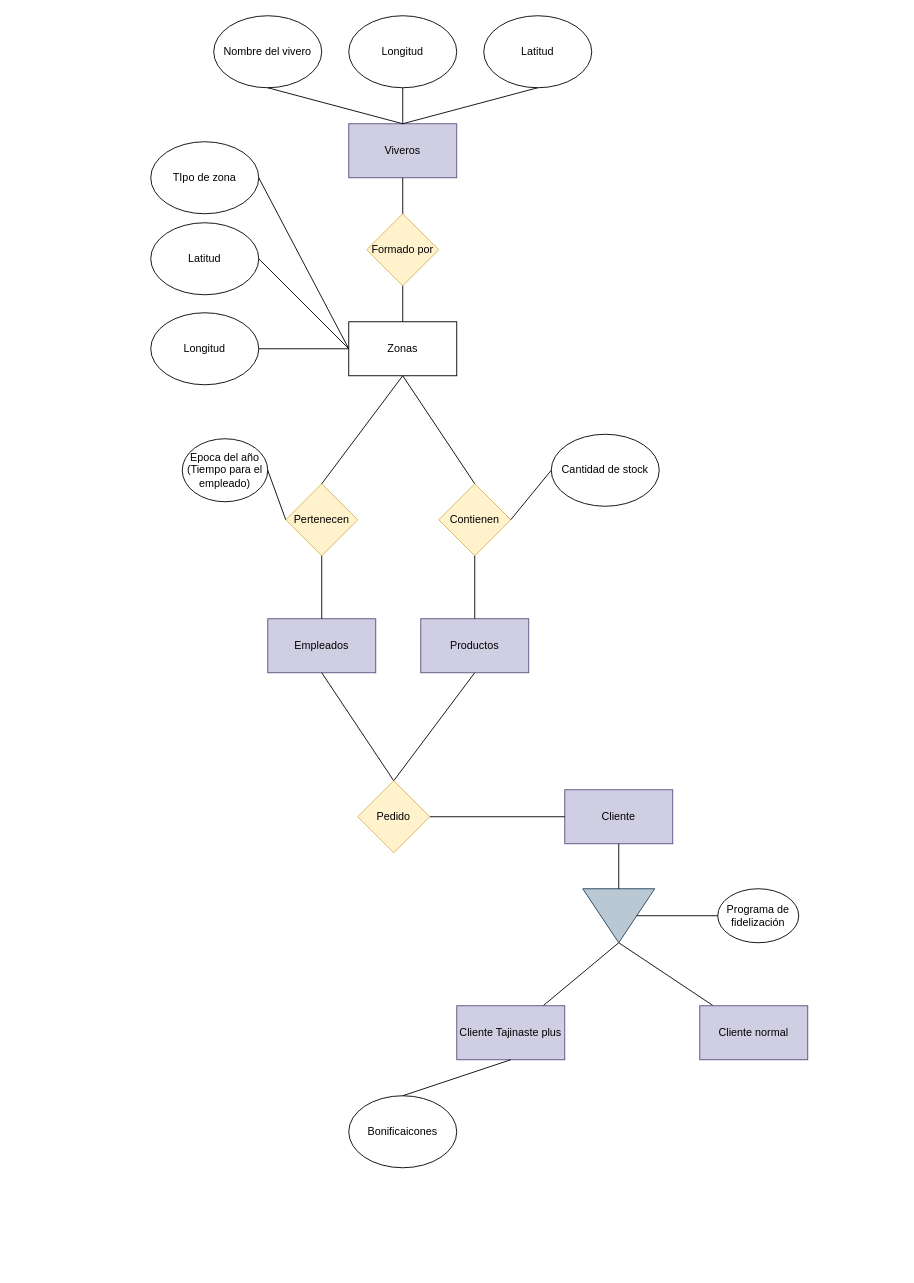
alu0101101507/ADBD keeps this draw.io diagram as Modelo entidad relacion/viveros.drawio. Above is the earlier version. Source tidied: cells renumbered, new cells numbered last; positions are measured from the earlier drawing's top-left corner, leaving out a move shared by most shapes. Both pictures are drawn from the tidied source at 90%, with x=0, y=0 at pixel (150, 15).
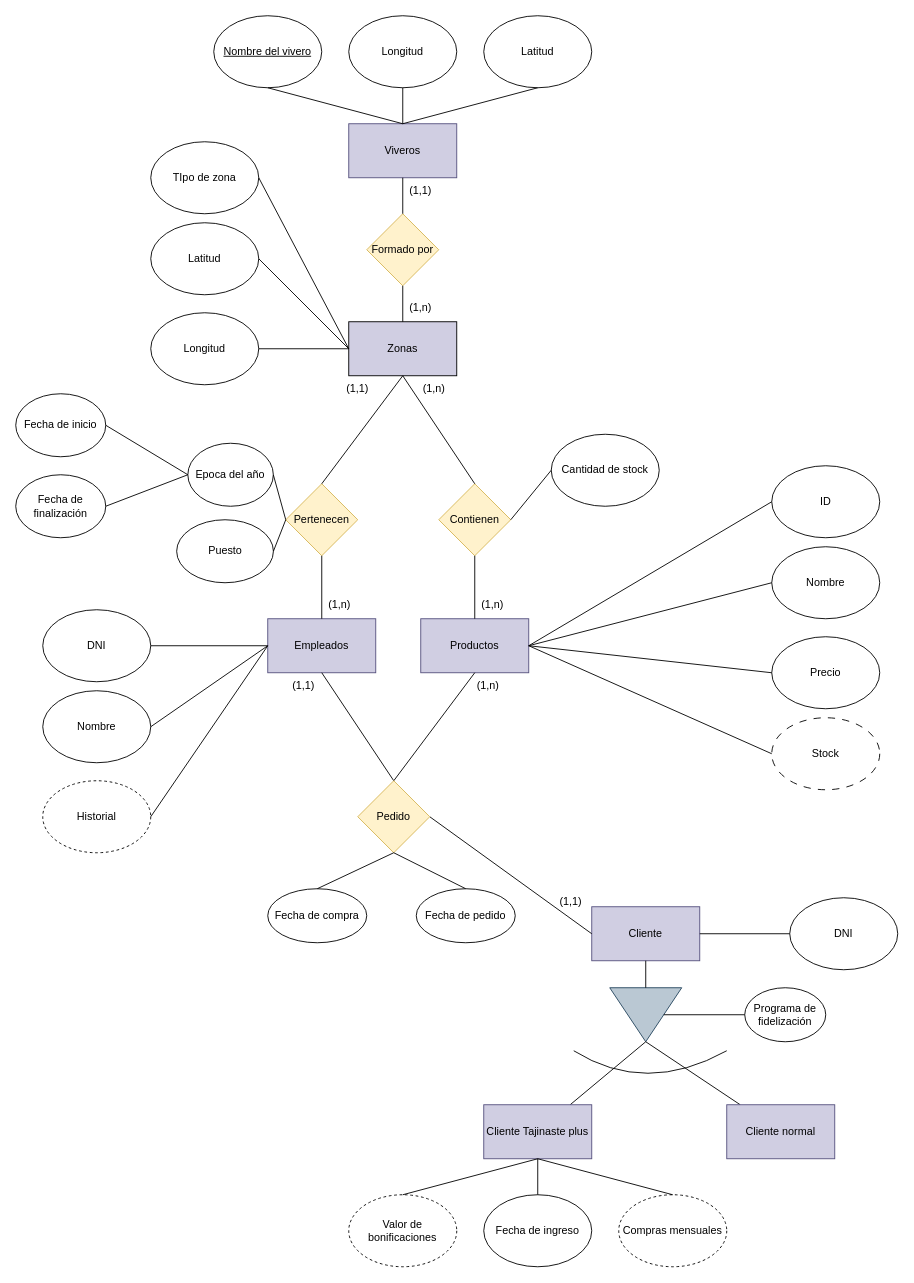
Above is the later version.

Unchanged cells that the change refers to:
```xml
<mxCell id="5" value="Empleados" style="rounded=0;whiteSpace=wrap;html=1;fillColor=#d0cee2;strokeColor=#56517e;" parent="1" vertex="1">
  <mxGeometry x="130" y="670" width="120" height="60" as="geometry" />
</mxCell>
<mxCell id="6" value="&lt;div&gt;Pertenecen&lt;/div&gt;" style="rhombus;whiteSpace=wrap;html=1;fillColor=#fff2cc;strokeColor=#d6b656;" parent="1" vertex="1">
  <mxGeometry x="150" y="520" width="80" height="80" as="geometry" />
</mxCell>
<mxCell id="14" value="&lt;div&gt;Productos&lt;/div&gt;" style="rounded=0;whiteSpace=wrap;html=1;fillColor=#d0cee2;strokeColor=#56517e;" parent="1" vertex="1">
  <mxGeometry x="300" y="670" width="120" height="60" as="geometry" />
</mxCell>
<mxCell id="45" value="Pedido" style="rhombus;whiteSpace=wrap;html=1;fillColor=#fff2cc;strokeColor=#d6b656;" parent="1" vertex="1">
  <mxGeometry x="230" y="850" width="80" height="80" as="geometry" />
</mxCell>
```

The edit, as a diff of the source:
```diff
@@
-    <mxCell id="2" value="&lt;div&gt;Zonas&lt;/div&gt;" style="rounded=0;whiteSpace=wrap;html=1;" parent="1" vertex="1">
+    <mxCell id="2" value="&lt;div&gt;Zonas&lt;/div&gt;" style="rounded=0;whiteSpace=wrap;html=1;fillColor=#D0CEE2;" parent="1" vertex="1">
       <mxGeometry x="220" y="340" width="120" height="60" as="geometry" />
     </mxCell>
@@
     <mxCell id="19" value="&lt;div&gt;Cliente&lt;/div&gt;" style="rounded=0;whiteSpace=wrap;html=1;fillColor=#d0cee2;strokeColor=#56517e;" parent="1" vertex="1">
-      <mxGeometry x="460" y="860" width="120" height="60" as="geometry" />
+      <mxGeometry x="490" y="990" width="120" height="60" as="geometry" />
     </mxCell>
     <mxCell id="20" style="triangle;whiteSpace=wrap;html=1;direction=south;fillColor=#bac8d3;strokeColor=#23445d;" parent="1" vertex="1">
-      <mxGeometry x="480" y="970" width="80" height="60" as="geometry" />
+      <mxGeometry x="510" y="1080" width="80" height="60" as="geometry" />
     </mxCell>
@@
     <mxCell id="24" value="Cliente normal" style="rounded=0;whiteSpace=wrap;html=1;fillColor=#d0cee2;strokeColor=#56517e;" parent="1" vertex="1">
-      <mxGeometry x="610" y="1100" width="120" height="60" as="geometry" />
+      <mxGeometry x="640" y="1210" width="120" height="60" as="geometry" />
     </mxCell>
     <mxCell id="25" value="Cliente Tajinaste plus" style="rounded=0;whiteSpace=wrap;html=1;fillColor=#d0cee2;strokeColor=#56517e;" parent="1" vertex="1">
-      <mxGeometry x="340" y="1100" width="120" height="60" as="geometry" />
+      <mxGeometry x="370" y="1210" width="120" height="60" as="geometry" />
     </mxCell>
@@
-    <mxCell id="35" value="&lt;div&gt;Nombre del vivero&lt;/div&gt;" style="ellipse;whiteSpace=wrap;html=1;" parent="1" vertex="1">
+    <mxCell id="35" value="&lt;div&gt;&lt;u&gt;Nombre del vivero&lt;/u&gt;&lt;/div&gt;" style="ellipse;whiteSpace=wrap;html=1;" parent="1" vertex="1">
       <mxGeometry x="70" width="120" height="80" as="geometry" />
     </mxCell>
@@
     <mxCell id="37" value="Programa de fidelización " style="ellipse;whiteSpace=wrap;html=1;" parent="1" vertex="1">
-      <mxGeometry x="630" y="970" width="90" height="60" as="geometry" />
+      <mxGeometry x="660" y="1080" width="90" height="60" as="geometry" />
     </mxCell>
@@
-    <mxCell id="40" value="&lt;div&gt;Epoca del año&lt;br&gt;(Tiempo para el empleado)&lt;br&gt;&lt;/div&gt;" style="ellipse;whiteSpace=wrap;html=1;" parent="1" vertex="1">
-      <mxGeometry x="35" y="470" width="95" height="70" as="geometry" />
+    <mxCell id="40" value="Epoca del año" style="ellipse;whiteSpace=wrap;html=1;" parent="1" vertex="1">
+      <mxGeometry x="41.2" y="475" width="95" height="70" as="geometry" />
     </mxCell>
@@
-    <mxCell id="43" value="&lt;div&gt;Bonificaicones&lt;/div&gt;" style="ellipse;whiteSpace=wrap;html=1;" parent="1" vertex="1">
-      <mxGeometry x="220" y="1200" width="120" height="80" as="geometry" />
+    <mxCell id="43" value="Valor de bonificaciones" style="ellipse;whiteSpace=wrap;html=1;dashed=1;" parent="1" vertex="1">
+      <mxGeometry x="220" y="1310" width="120" height="80" as="geometry" />
     </mxCell>
@@
+    <mxCell id="46" value="(1,1)" style="text;html=1;align=center;verticalAlign=middle;whiteSpace=wrap;rounded=0;" parent="1" vertex="1">
+      <mxGeometry x="270" y="180" width="60" height="30" as="geometry" />
+    </mxCell>
+    <mxCell id="47" value="(1,n)" style="text;html=1;align=center;verticalAlign=middle;whiteSpace=wrap;rounded=0;" parent="1" vertex="1">
+      <mxGeometry x="270" y="310" width="60" height="30" as="geometry" />
+    </mxCell>
+    <mxCell id="48" value="Fecha de inicio" style="ellipse;whiteSpace=wrap;html=1;" parent="1" vertex="1">
+      <mxGeometry x="-150" y="420" width="100" height="70" as="geometry" />
+    </mxCell>
+    <mxCell id="49" value="Fecha de finalización" style="ellipse;whiteSpace=wrap;html=1;" parent="1" vertex="1">
+      <mxGeometry x="-150" y="510" width="100" height="70" as="geometry" />
+    </mxCell>
+    <mxCell id="50" style="endArrow=none;html=1;rounded=0;exitX=1;exitY=0.5;exitDx=0;exitDy=0;entryX=0;entryY=0.5;entryDx=0;entryDy=0;" parent="1" edge="1" source="48" target="40">
+      <mxGeometry relative="1" as="geometry" />
+    </mxCell>
+    <mxCell id="51" style="endArrow=none;html=1;rounded=0;exitX=1;exitY=0.5;exitDx=0;exitDy=0;entryX=0;entryY=0.5;entryDx=0;entryDy=0;" parent="1" edge="1" source="49" target="40">
+      <mxGeometry relative="1" as="geometry" />
+    </mxCell>
+    <mxCell id="52" value="Puesto" style="ellipse;whiteSpace=wrap;html=1;" parent="1" vertex="1">
+      <mxGeometry x="28.8" y="560" width="107.5" height="70" as="geometry" />
+    </mxCell>
+    <mxCell id="53" style="endArrow=none;html=1;rounded=0;exitX=1;exitY=0.5;exitDx=0;exitDy=0;entryX=0;entryY=0.5;entryDx=0;entryDy=0;" parent="1" edge="1" source="52" target="6">
+      <mxGeometry relative="1" as="geometry" />
+    </mxCell>
+    <mxCell id="54" value="ID" style="ellipse;whiteSpace=wrap;html=1;" parent="1" vertex="1">
+      <mxGeometry x="690" y="500" width="120" height="80" as="geometry" />
+    </mxCell>
+    <mxCell id="55" value="Nombre" style="ellipse;whiteSpace=wrap;html=1;" parent="1" vertex="1">
+      <mxGeometry x="690" y="590" width="120" height="80" as="geometry" />
+    </mxCell>
+    <mxCell id="56" value="Precio" style="ellipse;whiteSpace=wrap;html=1;" parent="1" vertex="1">
+      <mxGeometry x="690" y="690" width="120" height="80" as="geometry" />
+    </mxCell>
+    <mxCell id="57" value="Stock" style="ellipse;whiteSpace=wrap;html=1;dashed=1;dashPattern=8 8;" parent="1" vertex="1">
+      <mxGeometry x="690" y="780" width="120" height="80" as="geometry" />
+    </mxCell>
+    <mxCell id="58" style="endArrow=none;html=1;rounded=0;exitX=0;exitY=0.5;exitDx=0;exitDy=0;entryX=1;entryY=0.5;entryDx=0;entryDy=0;" parent="1" edge="1" source="54" target="14">
+      <mxGeometry relative="1" as="geometry" />
+    </mxCell>
+    <mxCell id="59" style="endArrow=none;html=1;rounded=0;exitX=0;exitY=0.5;exitDx=0;exitDy=0;entryX=1;entryY=0.5;entryDx=0;entryDy=0;" parent="1" edge="1" source="55" target="14">
+      <mxGeometry relative="1" as="geometry" />
+    </mxCell>
+    <mxCell id="60" style="endArrow=none;html=1;rounded=0;exitX=1;exitY=0.5;exitDx=0;exitDy=0;entryX=0;entryY=0.5;entryDx=0;entryDy=0;" parent="1" edge="1" source="14" target="56">
+      <mxGeometry relative="1" as="geometry" />
+    </mxCell>
+    <mxCell id="61" style="endArrow=none;html=1;rounded=0;exitX=1;exitY=0.5;exitDx=0;exitDy=0;entryX=0;entryY=0.5;entryDx=0;entryDy=0;" parent="1" edge="1" source="14" target="57">
+      <mxGeometry relative="1" as="geometry" />
+    </mxCell>
+    <mxCell id="62" value="DNI" style="ellipse;whiteSpace=wrap;html=1;" parent="1" vertex="1">
+      <mxGeometry x="-120" y="660" width="120" height="80" as="geometry" />
+    </mxCell>
+    <mxCell id="63" value="Nombre" style="ellipse;whiteSpace=wrap;html=1;" parent="1" vertex="1">
+      <mxGeometry x="-120" y="750" width="120" height="80" as="geometry" />
+    </mxCell>
+    <mxCell id="64" value="Historial" style="ellipse;whiteSpace=wrap;html=1;dashed=1;" parent="1" vertex="1">
+      <mxGeometry x="-120" y="850" width="120" height="80" as="geometry" />
+    </mxCell>
+    <mxCell id="65" style="endArrow=none;html=1;rounded=0;exitX=1;exitY=0.5;exitDx=0;exitDy=0;entryX=0;entryY=0.5;entryDx=0;entryDy=0;" parent="1" edge="1" source="62" target="5">
+      <mxGeometry relative="1" as="geometry" />
+    </mxCell>
+    <mxCell id="66" style="endArrow=none;html=1;rounded=0;exitX=1;exitY=0.5;exitDx=0;exitDy=0;entryX=0;entryY=0.5;entryDx=0;entryDy=0;" parent="1" edge="1" source="63" target="5">
+      <mxGeometry relative="1" as="geometry" />
+    </mxCell>
+    <mxCell id="67" style="endArrow=none;html=1;rounded=0;exitX=1;exitY=0.5;exitDx=0;exitDy=0;entryX=0;entryY=0.5;entryDx=0;entryDy=0;" parent="1" edge="1" source="64" target="5">
+      <mxGeometry relative="1" as="geometry" />
+    </mxCell>
+    <mxCell id="68" value="Fecha de compra" style="ellipse;whiteSpace=wrap;html=1;" parent="1" vertex="1">
+      <mxGeometry x="130" y="970" width="110" height="60" as="geometry" />
+    </mxCell>
+    <mxCell id="69" value="Fecha de pedido" style="ellipse;whiteSpace=wrap;html=1;" parent="1" vertex="1">
+      <mxGeometry x="295" y="970" width="110" height="60" as="geometry" />
+    </mxCell>
+    <mxCell id="70" style="endArrow=none;html=1;rounded=0;exitX=0.5;exitY=1;exitDx=0;exitDy=0;entryX=0.5;entryY=0;entryDx=0;entryDy=0;" parent="1" edge="1" source="45" target="68">
+      <mxGeometry relative="1" as="geometry" />
+    </mxCell>
+    <mxCell id="71" style="endArrow=none;html=1;rounded=0;entryX=0.5;entryY=0;entryDx=0;entryDy=0;" parent="1" edge="1" target="69">
+      <mxGeometry relative="1" as="geometry">
+        <mxPoint x="270" y="930" as="sourcePoint" />
+      </mxGeometry>
+    </mxCell>
+    <mxCell id="72" value="DNI" style="ellipse;whiteSpace=wrap;html=1;" parent="1" vertex="1">
+      <mxGeometry x="710" y="980" width="120" height="80" as="geometry" />
+    </mxCell>
+    <mxCell id="73" style="endArrow=none;html=1;rounded=0;exitX=0;exitY=0.5;exitDx=0;exitDy=0;entryX=1;entryY=0.5;entryDx=0;entryDy=0;" parent="1" edge="1" source="72" target="19">
+      <mxGeometry relative="1" as="geometry" />
+    </mxCell>
+    <mxCell id="74" value="Fecha de ingreso" style="ellipse;whiteSpace=wrap;html=1;" parent="1" vertex="1">
+      <mxGeometry x="370" y="1310" width="120" height="80" as="geometry" />
+    </mxCell>
+    <mxCell id="75" value="Compras mensuales" style="ellipse;whiteSpace=wrap;html=1;dashed=1;" parent="1" vertex="1">
+      <mxGeometry x="520" y="1310" width="120" height="80" as="geometry" />
+    </mxCell>
+    <mxCell id="76" style="endArrow=none;html=1;rounded=0;exitX=0.5;exitY=1;exitDx=0;exitDy=0;entryX=0.5;entryY=0;entryDx=0;entryDy=0;" parent="1" edge="1" source="25" target="74">
+      <mxGeometry relative="1" as="geometry" />
+    </mxCell>
+    <mxCell id="77" style="endArrow=none;html=1;rounded=0;exitX=0.5;exitY=1;exitDx=0;exitDy=0;entryX=0.5;entryY=0;entryDx=0;entryDy=0;" parent="1" edge="1" source="25" target="75">
+      <mxGeometry relative="1" as="geometry" />
+    </mxCell>
+    <mxCell id="78" style="endArrow=none;html=1;rounded=0;curved=1;" parent="1" edge="1">
+      <mxGeometry relative="1" as="geometry">
+        <mxPoint x="470" y="1150" as="sourcePoint" />
+        <mxPoint x="640" y="1150" as="targetPoint" />
+        <Array as="points">
+          <mxPoint x="550" y="1200" />
+        </Array>
+      </mxGeometry>
+    </mxCell>
+    <mxCell id="79" value="(1,1)" style="text;html=1;align=center;verticalAlign=middle;whiteSpace=wrap;rounded=0;" parent="1" vertex="1">
+      <mxGeometry x="200" y="400" width="60" height="30" as="geometry" />
+    </mxCell>
+    <mxCell id="80" value="(1,n)" style="text;html=1;align=center;verticalAlign=middle;whiteSpace=wrap;rounded=0;" parent="1" vertex="1">
+      <mxGeometry x="180" y="640" width="60" height="30" as="geometry" />
+    </mxCell>
+    <mxCell id="81" value="(1,n)" style="text;html=1;align=center;verticalAlign=middle;whiteSpace=wrap;rounded=0;" parent="1" vertex="1">
+      <mxGeometry x="285" y="400" width="60" height="30" as="geometry" />
+    </mxCell>
+    <mxCell id="82" value="(1,n)" style="text;html=1;align=center;verticalAlign=middle;whiteSpace=wrap;rounded=0;" parent="1" vertex="1">
+      <mxGeometry x="350" y="640" width="60" height="30" as="geometry" />
+    </mxCell>
+    <mxCell id="83" value="(1,1)" style="text;html=1;align=center;verticalAlign=middle;whiteSpace=wrap;rounded=0;" parent="1" vertex="1">
+      <mxGeometry x="140" y="730" width="60" height="30" as="geometry" />
+    </mxCell>
+    <mxCell id="84" value="(1,n)" style="text;html=1;align=center;verticalAlign=middle;whiteSpace=wrap;rounded=0;" parent="1" vertex="1">
+      <mxGeometry x="345" y="730" width="60" height="30" as="geometry" />
+    </mxCell>
+    <mxCell id="85" value="(1,1)" style="text;html=1;align=center;verticalAlign=middle;whiteSpace=wrap;rounded=0;" parent="1" vertex="1">
+      <mxGeometry x="437" y="970" width="60" height="30" as="geometry" />
+    </mxCell>
```
